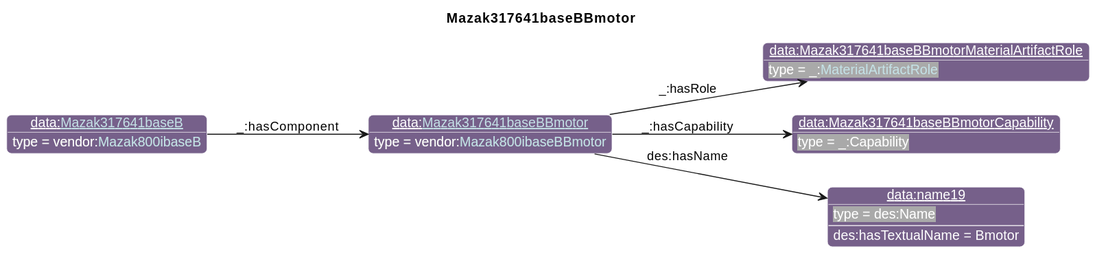
Before: diagrams/Mazak317641baseBBmotor.svg, a diagram exported from PlantUML (iofoundry/example-syseng-mtconnect).
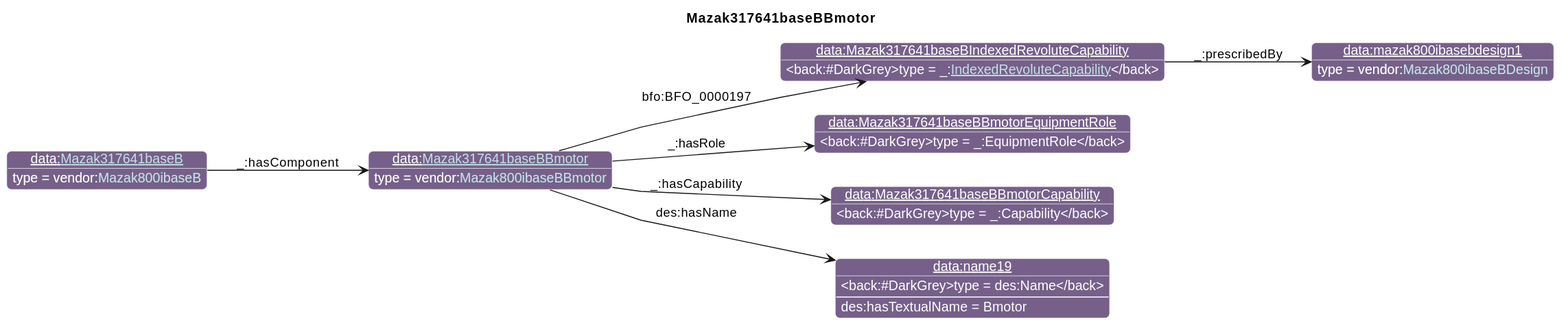
Above is the later version.

What changed in the source:
```diff
@@ -26,13 +26,17 @@
                       "qp":"641B2E"
       }
 individual(o0, data:[[./Mazak317641baseBBmotor.html Mazak317641baseBBmotor]], vendor:[[../Mazak.html#Mazak800ibaseBBmotor Mazak800ibaseBBmotor]])
-individual(o1, data:Mazak317641baseBBmotorMaterialArtifactRole, _:[[../MTConnect.html#MaterialArtifactRole MaterialArtifactRole]])
-individual(o2, data:Mazak317641baseBBmotorCapability, _:Capability)
-individual(o3, data:name19, des:Name)
-individual(o4, data:[[./Mazak317641baseB.html Mazak317641baseB]], vendor:[[../Mazak.html#Mazak800ibaseB Mazak800ibaseB]])
-property(o0, "_:hasRole", o1)
-property(o0, "_:hasCapability", o2)
-property(o0, "des:hasName", o3)
-data(o3, "des:hasTextualName", "Bmotor")
-property(o4, "_:hasComponent", o0)
+individual(o1, data:Mazak317641baseBIndexedRevoluteCapability, _:[[../MTConnect.html#IndexedRevoluteCapability IndexedRevoluteCapability]])
+individual(o2, data:mazak800ibasebdesign1, vendor:[[../Mazak.html#Mazak800ibaseBDesign Mazak800ibaseBDesign]])
+individual(o3, data:Mazak317641baseBBmotorEquipmentRole, _:EquipmentRole)
+individual(o4, data:Mazak317641baseBBmotorCapability, _:Capability)
+individual(o5, data:name19, des:Name)
+individual(o6, data:[[./Mazak317641baseB.html Mazak317641baseB]], vendor:[[../Mazak.html#Mazak800ibaseB Mazak800ibaseB]])
+property(o0, "bfo:BFO_0000197", o1)
+property(o1, "_:prescribedBy", o2)
+property(o0, "_:hasRole", o3)
+property(o0, "_:hasCapability", o4)
+property(o0, "des:hasName", o5)
+data(o5, "des:hasTextualName", "Bmotor")
+property(o6, "_:hasComponent", o0)
 @enduml
```
